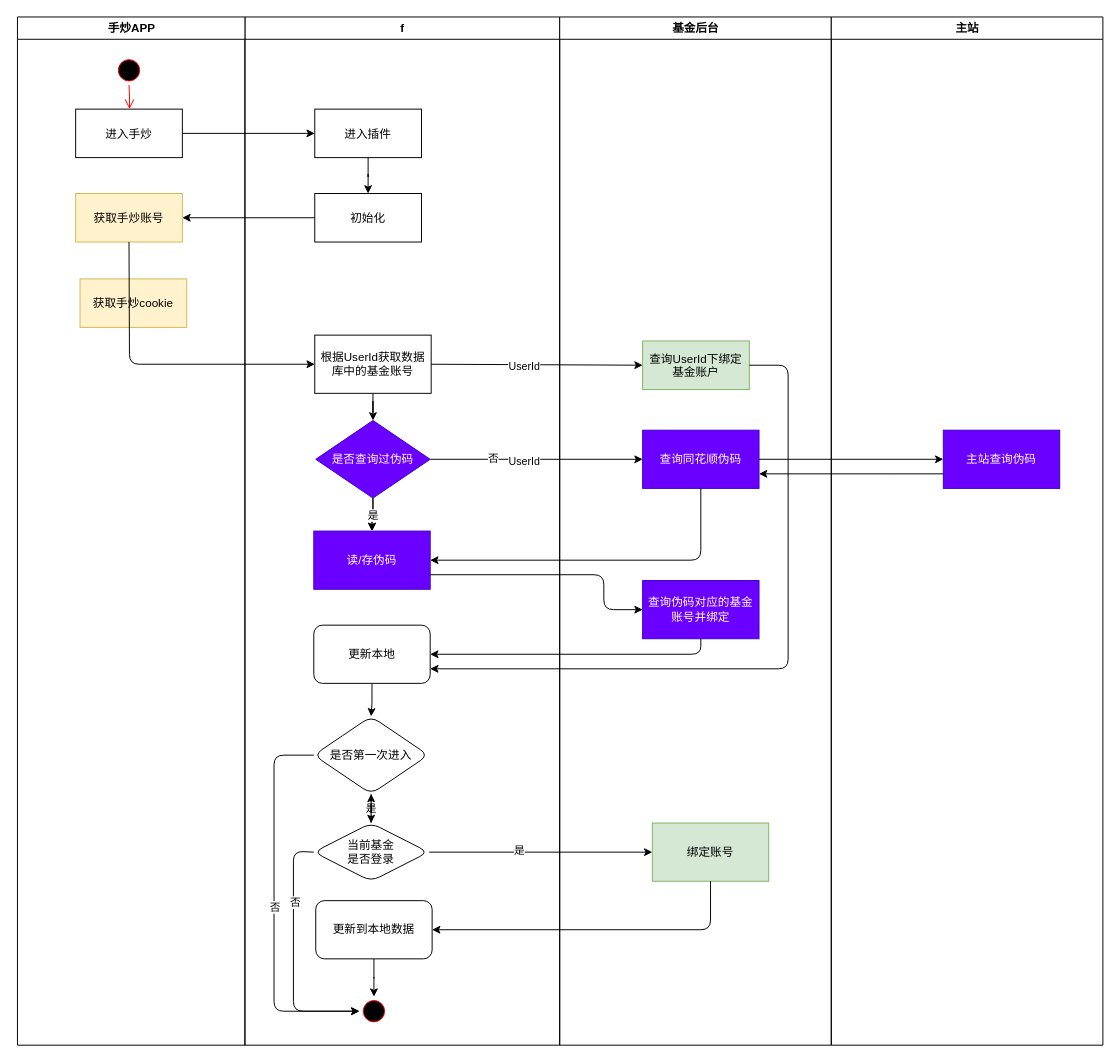
Earlier version of the draw.io diagram Untitled Diagram.drawio (NamSangMi/-personal-learning). Source tidied: cells renumbered, new cells numbered last; positions are measured from the earlier drawing's top-left corner, leaving out a move shared by most shapes. Both pictures are drawn from the tidied source at 97%, with x=0, y=0 at pixel (17, 16).
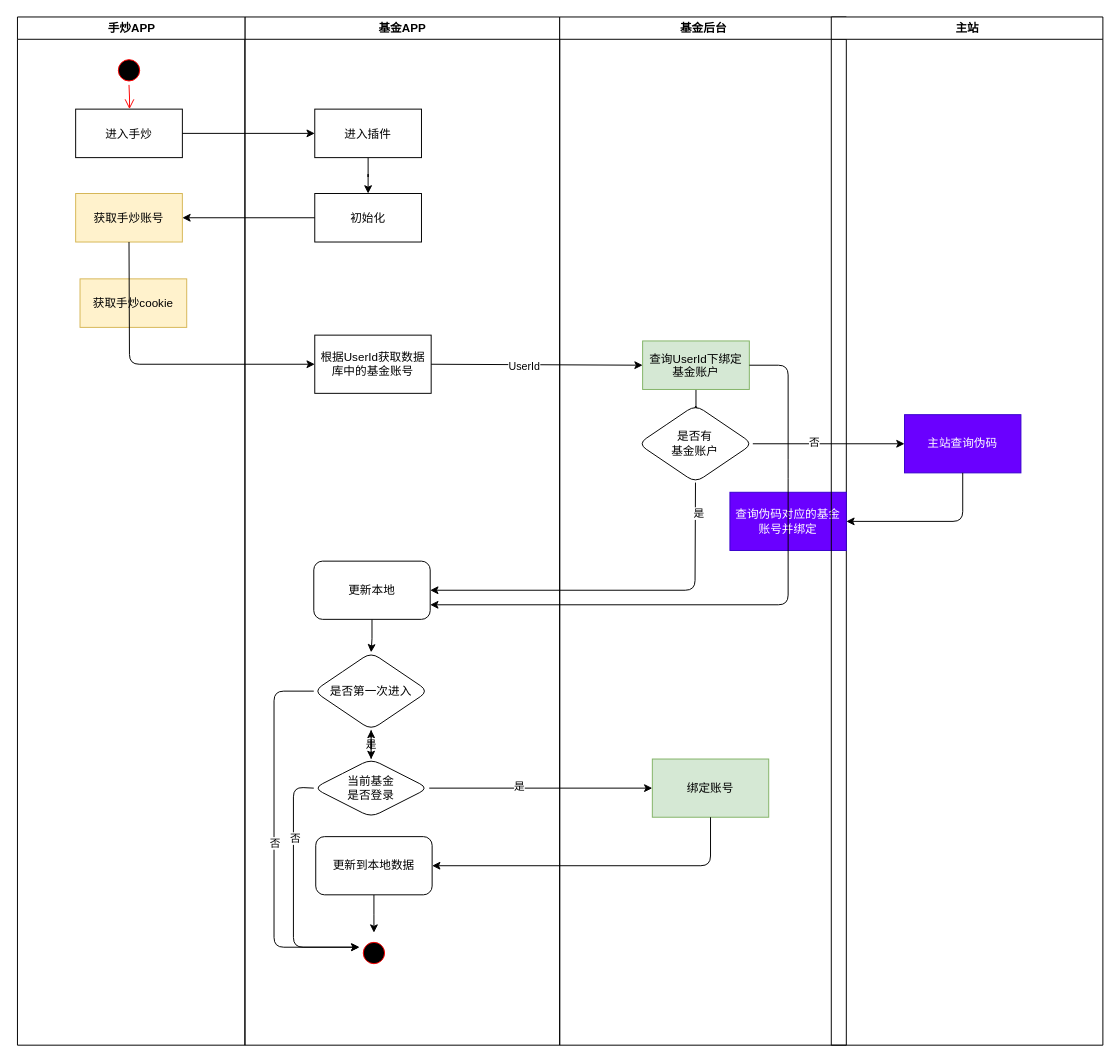
The same diagram, later.

The change refers to these unchanged cells:
```xml
<mxCell id="7" value="根据UserId获取数据库中的基金账号" style="whiteSpace=wrap;html=1;" parent="2" vertex="1">
  <mxGeometry x="72" y="328" width="120" height="60" as="geometry" />
</mxCell>
<mxCell id="28" value="查询UserId下绑定&#10;基金账户" style="fillColor=#d5e8d4;strokeColor=#82b366;" parent="27" vertex="1">
  <mxGeometry x="85.5" y="334" width="110" height="50" as="geometry" />
</mxCell>
<mxCell id="32" value="主站" style="swimlane;whiteSpace=wrap;" parent="1" vertex="1">
  <mxGeometry x="838.5" width="280" height="1060" as="geometry" />
</mxCell>
```

Change to the diagram source:
```diff
@@
-    <mxCell id="2" value="f" style="swimlane;whiteSpace=wrap;" parent="1" vertex="1">
+    <mxCell id="2" value="基金APP" style="swimlane;whiteSpace=wrap;" parent="1" vertex="1">
       <mxGeometry x="234" width="324.5" height="1060" as="geometry" />
     </mxCell>
@@
-    <mxCell id="6" style="edgeStyle=orthogonalEdgeStyle;rounded=0;jettySize=auto;html=1;" parent="2" edge="1" source="7" target="10">
-      <mxGeometry relative="1" as="geometry" />
-    </mxCell>
@@
-    <mxCell id="8" style="edgeStyle=orthogonalEdgeStyle;rounded=0;jettySize=auto;html=1;" parent="2" edge="1" source="10" target="26">
-      <mxGeometry relative="1" as="geometry" />
-    </mxCell>
-    <mxCell id="9" value="是" style="edgeStyle=orthogonalEdgeStyle;rounded=0;jettySize=auto;html=1;" parent="2" edge="1" source="10" target="26">
-      <mxGeometry relative="1" as="geometry" />
-    </mxCell>
-    <mxCell id="10" value="是否查询过伪码" style="rhombus;whiteSpace=wrap;html=1;fillColor=#6a00ff;strokeColor=#3700CC;fontColor=#ffffff;" parent="2" vertex="1">
-      <mxGeometry x="73" y="416" width="118" height="80" as="geometry" />
-    </mxCell>
@@
     <mxCell id="12" value="更新本地" style="rounded=1;whiteSpace=wrap;html=1;" parent="2" vertex="1">
-      <mxGeometry x="71" y="627" width="120" height="60" as="geometry" />
+      <mxGeometry x="71" y="561" width="120" height="60" as="geometry" />
     </mxCell>
     <mxCell id="13" value="是否第一次进入" style="rhombus;whiteSpace=wrap;html=1;rounded=1;" parent="2" vertex="1">
-      <mxGeometry x="71" y="721" width="118.2" height="80" as="geometry" />
+      <mxGeometry x="71" y="655" width="118.2" height="80" as="geometry" />
     </mxCell>
@@
     <mxCell id="15" value="当前基金&lt;br&gt;是否登录" style="rhombus;whiteSpace=wrap;html=1;rounded=1;" parent="2" vertex="1">
-      <mxGeometry x="71" y="831" width="118.2" height="60" as="geometry" />
+      <mxGeometry x="71" y="765" width="118.2" height="60" as="geometry" />
     </mxCell>
@@
     <mxCell id="17" style="endArrow=classic;html=1;entryX=0;entryY=0.5;entryDx=0;entryDy=0;" parent="2" edge="1" target="31">
       <mxGeometry relative="1" as="geometry">
-        <mxPoint x="190" y="861" as="sourcePoint" />
+        <mxPoint x="190" y="795" as="sourcePoint" />
       </mxGeometry>
     </mxCell>
@@
-    <mxCell id="19" style="edgeStyle=orthogonalEdgeStyle;rounded=0;jettySize=auto;html=1;" parent="2" edge="1" source="20" target="21">
-      <mxGeometry relative="1" as="geometry" />
+    <mxCell id="19" style="edgeStyle=orthogonalEdgeStyle;rounded=0;jettySize=auto;html=1;" parent="2" edge="1" source="20">
+      <mxGeometry relative="1" as="geometry">
+        <mxPoint x="133" y="944" as="targetPoint" />
+      </mxGeometry>
     </mxCell>
     <mxCell id="20" value="更新到本地数据" style="rounded=1;whiteSpace=wrap;html=1;" parent="2" vertex="1">
-      <mxGeometry x="73" y="911" width="120" height="60" as="geometry" />
+      <mxGeometry x="73" y="845" width="120" height="60" as="geometry" />
     </mxCell>
     <mxCell id="21" style="ellipse;shape=startState;fillColor=#000000;strokeColor=#ff0000;" parent="2" vertex="1">
-      <mxGeometry x="118" y="1010" width="30" height="30" as="geometry" />
+      <mxGeometry x="118" y="950" width="30" height="30" as="geometry" />
     </mxCell>
-    <mxCell id="22" style="endArrow=classic;html=1;entryX=0;entryY=0.5;entryDx=0;entryDy=0;exitX=0;exitY=0.5;exitDx=0;exitDy=0;" parent="2" edge="1" source="13" target="21">
+    <mxCell id="22" style="endArrow=classic;html=1;entryX=0;entryY=0.5;entryDx=0;entryDy=0;exitX=0;exitY=0.5;exitDx=0;exitDy=0;" parent="2" edge="1" source="13">
       <mxGeometry relative="1" as="geometry">
+        <mxPoint x="118" y="959" as="targetPoint" />
         <Array as="points">
-          <mxPoint x="30" y="761" />
-          <mxPoint x="30" y="1025" />
+          <mxPoint x="30" y="695" />
+          <mxPoint x="30" y="959" />
         </Array>
       </mxGeometry>
     </mxCell>
@@
-    <mxCell id="24" style="endArrow=classic;html=1;entryX=0;entryY=0.5;entryDx=0;entryDy=0;exitX=0;exitY=0.5;exitDx=0;exitDy=0;" parent="2" edge="1" source="15" target="21">
+    <mxCell id="24" style="endArrow=classic;html=1;entryX=0;entryY=0.5;entryDx=0;entryDy=0;exitX=0;exitY=0.5;exitDx=0;exitDy=0;" parent="2" edge="1" source="15">
       <mxGeometry relative="1" as="geometry">
+        <mxPoint x="118" y="959" as="targetPoint" />
         <Array as="points">
-          <mxPoint x="50" y="860" />
-          <mxPoint x="50" y="1025" />
+          <mxPoint x="50" y="794" />
+          <mxPoint x="50" y="959" />
         </Array>
       </mxGeometry>
     </mxCell>
@@
-    <mxCell id="26" value="读/存伪码" style="whiteSpace=wrap;html=1;fillColor=#6a00ff;strokeColor=#3700CC;fontColor=#ffffff;" parent="2" vertex="1">
-      <mxGeometry x="71" y="530" width="120" height="60" as="geometry" />
-    </mxCell>
     <mxCell id="27" value="基金后台" style="swimlane;whiteSpace=wrap;" parent="1" vertex="1">
-      <mxGeometry x="558.5" width="280" height="1060" as="geometry" />
+      <mxGeometry x="558.5" width="295.5" height="1060" as="geometry" />
     </mxCell>
+    <mxCell id="55" style="edgeStyle=orthogonalEdgeStyle;rounded=0;jettySize=auto;html=1;" parent="27" edge="1" source="28" target="56">
+      <mxGeometry relative="1" as="geometry" />
+    </mxCell>
@@
-    <mxCell id="29" value="查询同花顺伪码" style="rounded=0;whiteSpace=wrap;html=1;fillColor=#6a00ff;strokeColor=#3700CC;fontColor=#ffffff;" parent="27" vertex="1">
-      <mxGeometry x="85.5" y="426" width="120" height="60" as="geometry" />
-    </mxCell>
+    <mxCell id="31" value="绑定账号" style="rounded=0;whiteSpace=wrap;html=1;fillColor=#d5e8d4;strokeColor=#82b366;" parent="27" vertex="1">
+      <mxGeometry x="95.5" y="765" width="120" height="60" as="geometry" />
+    </mxCell>
+    <mxCell id="56" value="是否有&lt;br&gt;基金账户" style="rhombus;whiteSpace=wrap;html=1;rounded=1;" parent="27" vertex="1">
+      <mxGeometry x="80.9" y="400" width="118.2" height="80" as="geometry" />
+    </mxCell>
     <mxCell id="30" value="查询伪码对应的基金账号并绑定" style="rounded=0;whiteSpace=wrap;html=1;fillColor=#6a00ff;strokeColor=#3700CC;fontColor=#ffffff;" parent="27" vertex="1">
-      <mxGeometry x="85.5" y="581" width="120" height="60" as="geometry" />
+      <mxGeometry x="175.5" y="490" width="120" height="60" as="geometry" />
     </mxCell>
-    <mxCell id="31" value="绑定账号" style="rounded=0;whiteSpace=wrap;html=1;fillColor=#d5e8d4;strokeColor=#82b366;" parent="27" vertex="1">
-      <mxGeometry x="95.5" y="831" width="120" height="60" as="geometry" />
-    </mxCell>
@@
     <mxCell id="33" value="主站查询伪码" style="rounded=0;whiteSpace=wrap;html=1;fillColor=#6a00ff;strokeColor=#3700CC;fontColor=#ffffff;" parent="32" vertex="1">
-      <mxGeometry x="115.5" y="426" width="120" height="60" as="geometry" />
+      <mxGeometry x="75.5" y="410" width="120" height="60" as="geometry" />
     </mxCell>
-    <mxCell id="34" style="endArrow=classic;html=1;entryX=0;entryY=0.5;entryDx=0;entryDy=0;" parent="32" edge="1" target="33">
-      <mxGeometry relative="1" as="geometry">
-        <mxPoint x="-74.5" y="456" as="sourcePoint" />
-      </mxGeometry>
-    </mxCell>
@@
-    <mxCell id="45" style="endArrow=classic;html=1;entryX=0;entryY=0.5;entryDx=0;entryDy=0;exitX=1;exitY=0.5;exitDx=0;exitDy=0;" parent="1" edge="1" source="10" target="29">
-      <mxGeometry relative="1" as="geometry" />
-    </mxCell>
-    <mxCell id="46" value="UserId" style="edgeLabel;html=1;align=center;verticalAlign=middle;" parent="45" vertex="1">
-      <mxGeometry x="-0.12" y="-1" relative="1" as="geometry" />
-    </mxCell>
-    <mxCell id="47" value="否" style="edgeLabel;html=1;align=center;verticalAlign=middle;" parent="45" vertex="1">
-      <mxGeometry x="-0.42" y="2" relative="1" as="geometry" />
-    </mxCell>
     <mxCell id="48" style="endArrow=classic;html=1;exitX=1;exitY=0.5;exitDx=0;exitDy=0;entryX=1;entryY=0.75;entryDx=0;entryDy=0;" parent="1" edge="1" source="28" target="12">
       <mxGeometry relative="1" as="geometry">
         <Array as="points">
           <mxPoint x="794" y="359" />
           <mxPoint x="794" y="466" />
-          <mxPoint x="794" y="672" />
+          <mxPoint x="794" y="606" />
         </Array>
       </mxGeometry>
     </mxCell>
-    <mxCell id="49" style="edgeStyle=orthogonalEdgeStyle;rounded=0;jettySize=auto;html=1;entryX=1;entryY=0.75;entryDx=0;entryDy=0;" parent="1" edge="1" source="33" target="29">
-      <mxGeometry relative="1" as="geometry">
-        <Array as="points">
-          <mxPoint x="904" y="471" />
-          <mxPoint x="904" y="471" />
-        </Array>
-      </mxGeometry>
-    </mxCell>
-    <mxCell id="50" style="endArrow=classic;html=1;entryX=1;entryY=0.5;entryDx=0;entryDy=0;exitX=0.5;exitY=1;exitDx=0;exitDy=0;" parent="1" edge="1" source="29" target="26">
-      <mxGeometry relative="1" as="geometry">
-        <Array as="points">
-          <mxPoint x="704" y="560" />
-        </Array>
-      </mxGeometry>
-    </mxCell>
-    <mxCell id="51" style="endArrow=classic;html=1;entryX=0;entryY=0.5;entryDx=0;entryDy=0;exitX=1;exitY=0.75;exitDx=0;exitDy=0;" parent="1" edge="1" source="26" target="30">
-      <mxGeometry relative="1" as="geometry">
-        <Array as="points">
-          <mxPoint x="604" y="575" />
-          <mxPoint x="604" y="611" />
-        </Array>
-      </mxGeometry>
-    </mxCell>
-    <mxCell id="52" style="endArrow=classic;html=1;entryX=1;entryY=0.5;entryDx=0;entryDy=0;exitX=0.5;exitY=1;exitDx=0;exitDy=0;" parent="1" edge="1" source="30" target="12">
+    <mxCell id="52" style="endArrow=classic;html=1;entryX=1;entryY=0.5;entryDx=0;entryDy=0;exitX=0.5;exitY=1;exitDx=0;exitDy=0;" parent="1" edge="1" source="56" target="12">
       <mxGeometry relative="1" as="geometry">
         <Array as="points">
-          <mxPoint x="704" y="657" />
+          <mxPoint x="698" y="591" />
         </Array>
       </mxGeometry>
     </mxCell>
+    <mxCell id="9" value="是" style="edgeLabel;html=1;align=center;verticalAlign=middle;" parent="52" vertex="1">
+      <mxGeometry x="-0.84" y="3" relative="1" as="geometry" />
+    </mxCell>
     <mxCell id="53" style="endArrow=classic;html=1;exitX=0.5;exitY=1;exitDx=0;exitDy=0;entryX=1;entryY=0.5;entryDx=0;entryDy=0;" parent="1" edge="1" source="31" target="20">
       <mxGeometry relative="1" as="geometry">
         <Array as="points">
-          <mxPoint x="714" y="941" />
+          <mxPoint x="714" y="875" />
         </Array>
       </mxGeometry>
     </mxCell>
@@
+    <mxCell id="57" style="endArrow=classic;html=1;entryX=0;entryY=0.5;entryDx=0;entryDy=0;exitX=1;exitY=0.5;exitDx=0;exitDy=0;" parent="1" edge="1" source="56" target="33">
+      <mxGeometry relative="1" as="geometry" />
+    </mxCell>
+    <mxCell id="47" value="否" style="edgeLabel;html=1;align=center;verticalAlign=middle;" parent="57" vertex="1">
+      <mxGeometry x="-0.2" y="2" relative="1" as="geometry" />
+    </mxCell>
+    <mxCell id="58" style="endArrow=classic;html=1;entryX=1;entryY=0.5;entryDx=0;entryDy=0;exitX=0.5;exitY=1;exitDx=0;exitDy=0;" parent="1" edge="1" source="33" target="30">
+      <mxGeometry relative="1" as="geometry">
+        <Array as="points">
+          <mxPoint x="974" y="520" />
+        </Array>
+      </mxGeometry>
+    </mxCell>
```
